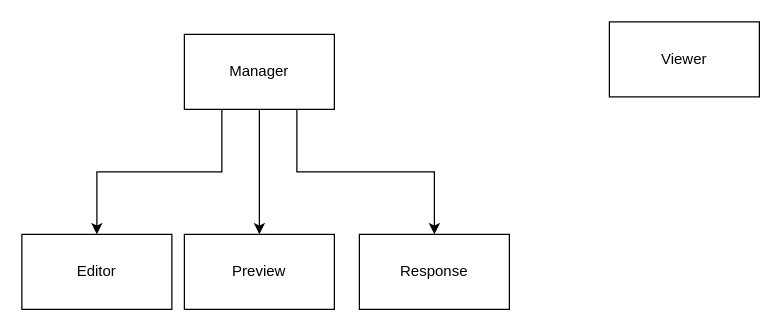
Earlier version of the draw.io diagram page "Components" (3 of 3) of Design.drawio (paulologeh/flexforms). Source tidied: cells renumbered, new cells numbered last; positions are measured from the earlier drawing's top-left corner, leaving out a move shared by most shapes. Both pictures are drawn from the tidied source at 125%, with x=0, y=0 at pixel (21, 21).
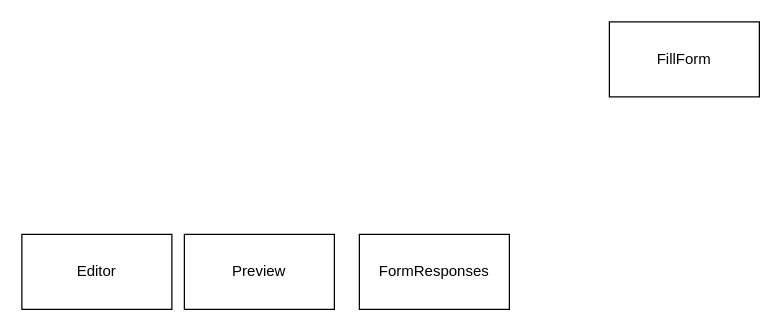
Above is the later version.

Diff of the diagram source:
```diff
@@
 <mxGraphModel>
   <root>
     <mxCell id="0" />
     <mxCell id="1" parent="0" />
-    <mxCell id="2" value="Viewer" style="rounded=0;whiteSpace=wrap;html=1;" parent="1" vertex="1">
+    <mxCell id="2" value="FillForm" style="rounded=0;whiteSpace=wrap;html=1;" parent="1" vertex="1">
       <mxGeometry x="470" width="120" height="60" as="geometry" />
     </mxCell>
-    <mxCell id="3" style="edgeStyle=orthogonalEdgeStyle;rounded=0;jettySize=auto;html=1;exitX=0.25;exitY=1;exitDx=0;exitDy=0;entryX=0.5;entryY=0;entryDx=0;entryDy=0;" parent="1" edge="1" source="6" target="7">
-      <mxGeometry relative="1" as="geometry" />
-    </mxCell>
-    <mxCell id="4" style="edgeStyle=orthogonalEdgeStyle;rounded=0;jettySize=auto;html=1;exitX=0.5;exitY=1;exitDx=0;exitDy=0;" parent="1" edge="1" source="6" target="9">
-      <mxGeometry relative="1" as="geometry" />
-    </mxCell>
-    <mxCell id="5" style="edgeStyle=orthogonalEdgeStyle;rounded=0;jettySize=auto;html=1;exitX=0.75;exitY=1;exitDx=0;exitDy=0;" parent="1" edge="1" source="6" target="8">
-      <mxGeometry relative="1" as="geometry" />
-    </mxCell>
-    <mxCell id="6" value="Manager" style="rounded=0;whiteSpace=wrap;html=1;" parent="1" vertex="1">
-      <mxGeometry x="130" y="10" width="120" height="60" as="geometry" />
-    </mxCell>
     <mxCell id="7" value="Editor" style="rounded=0;whiteSpace=wrap;html=1;" parent="1" vertex="1">
       <mxGeometry y="170" width="120" height="60" as="geometry" />
     </mxCell>
-    <mxCell id="8" value="Response" style="rounded=0;whiteSpace=wrap;html=1;" parent="1" vertex="1">
+    <mxCell id="8" value="FormResponses" style="rounded=0;whiteSpace=wrap;html=1;" parent="1" vertex="1">
       <mxGeometry x="270" y="170" width="120" height="60" as="geometry" />
     </mxCell>
     <mxCell id="9" value="Preview" style="rounded=0;whiteSpace=wrap;html=1;" parent="1" vertex="1">
       <mxGeometry x="130" y="170" width="120" height="60" as="geometry" />
     </mxCell>
   </root>
 </mxGraphModel>
```
